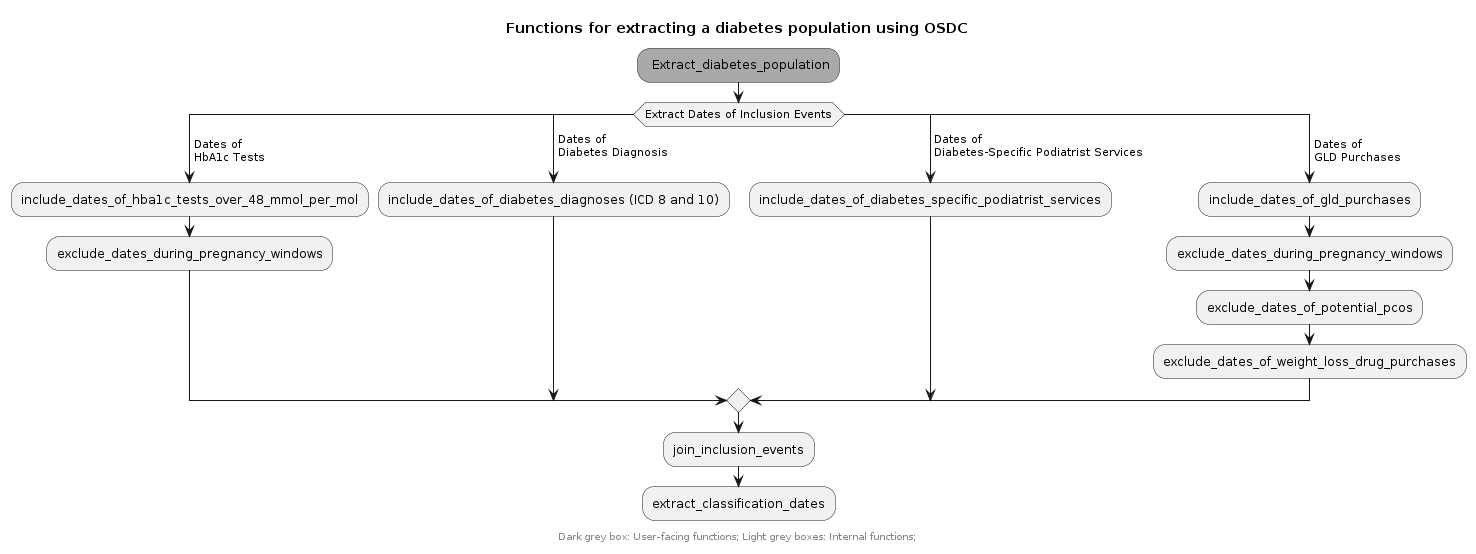
steno-aarhus/osdc keeps this PlantUML diagram as vignettes/images/diabetes-population-functions.png. Above is the earlier version.
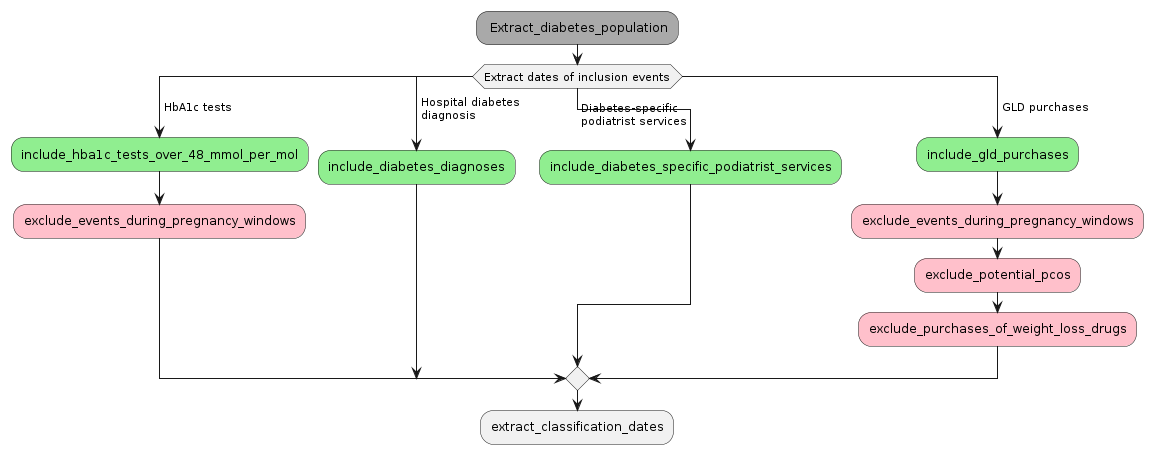
Above is the later version.

Commit message:
docs: :lipstick: simplify and add colours to inclusion and exclusion functions

What changed in the source:
```diff
@@ -1,28 +1,25 @@
 @startuml diabetes-population-functions
-
-title Functions for extracting a diabetes population using OSDC
 
 #darkgrey: Extract_diabetes_population;
 
+switch (Extract dates of inclusion events)
+case ( HbA1c tests)
+    #lightgreen:include_hba1c_tests_over_48_mmol_per_mol;
+    #pink:exclude_events_during_pregnancy_windows;
 
-switch (Extract Dates of Inclusion Events)
-case ( Dates of\n HbA1c Tests)
-    :include_dates_of_hba1c_tests_over_48_mmol_per_mol;
-    :exclude_dates_during_pregnancy_windows;
-case ( Dates of\n Diabetes Diagnosis)
-    :include_dates_of_diabetes_diagnoses (ICD 8 and 10);
-case ( Dates of\n Diabetes-Specific Podiatrist Services)
-    :include_dates_of_diabetes_specific_podiatrist_services;
-case ( Dates of\n GLD Purchases)
-    :include_dates_of_gld_purchases;
-    :exclude_dates_during_pregnancy_windows;
-    :exclude_dates_of_potential_pcos;
-    :exclude_dates_of_weight_loss_drug_purchases;
+case ( Hospital diabetes\n diagnosis)
+    #lightgreen:include_diabetes_diagnoses;
+
+case ( Diabetes-specific\n podiatrist services)
+    #lightgreen:include_diabetes_specific_podiatrist_services;
+
+case ( GLD purchases)
+    #lightgreen:include_gld_purchases;
+    #pink:exclude_events_during_pregnancy_windows;
+    #pink:exclude_potential_pcos;
+    #pink:exclude_purchases_of_weight_loss_drugs;
 endswitch
 
-:join_inclusion_events;
 :extract_classification_dates;
 
-center footer \nDark grey box: User-facing functions; Light grey boxes: Internal functions;
-
 @enduml
```
